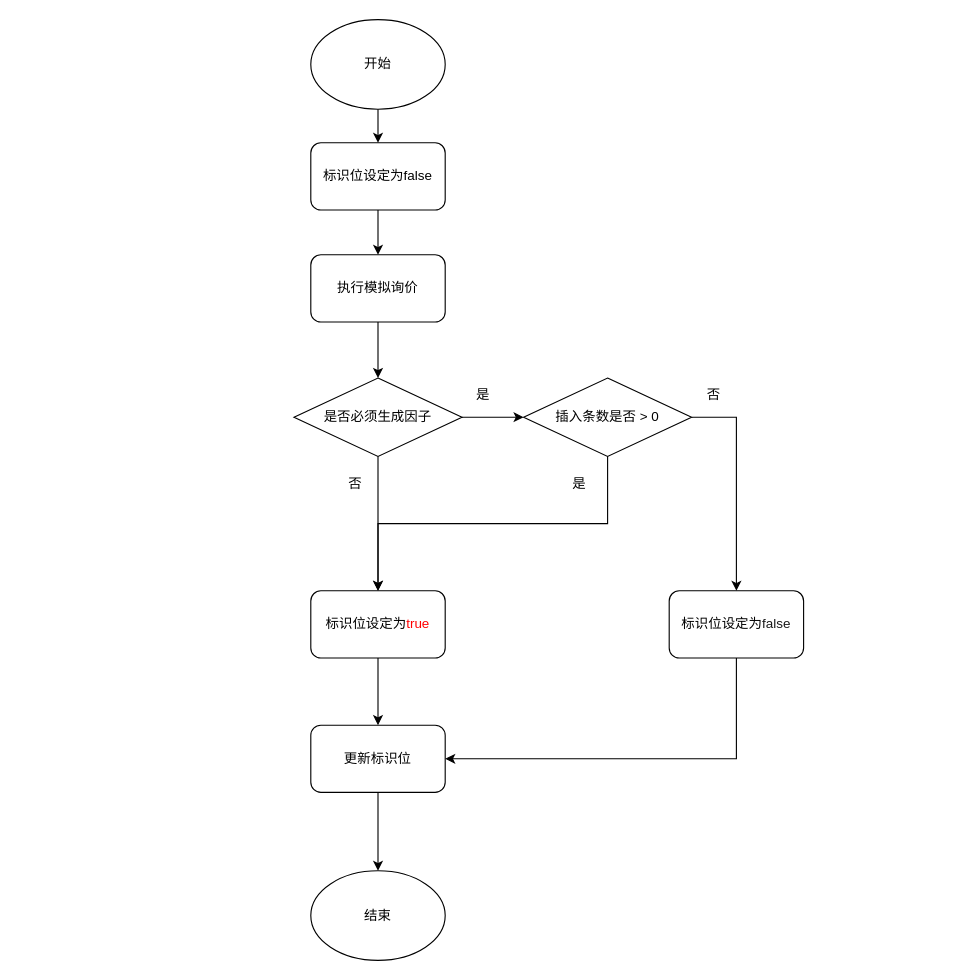
Earlier version of the draw.io diagram 组网标识位设定流程.drawio (heyrry/hello). Source tidied: cells renumbered, new cells numbered last; positions are measured from the earlier drawing's top-left corner, leaving out a move shared by most shapes. Both pictures are drawn from the tidied source at 112%, with x=0, y=0 at pixel (293, 19).
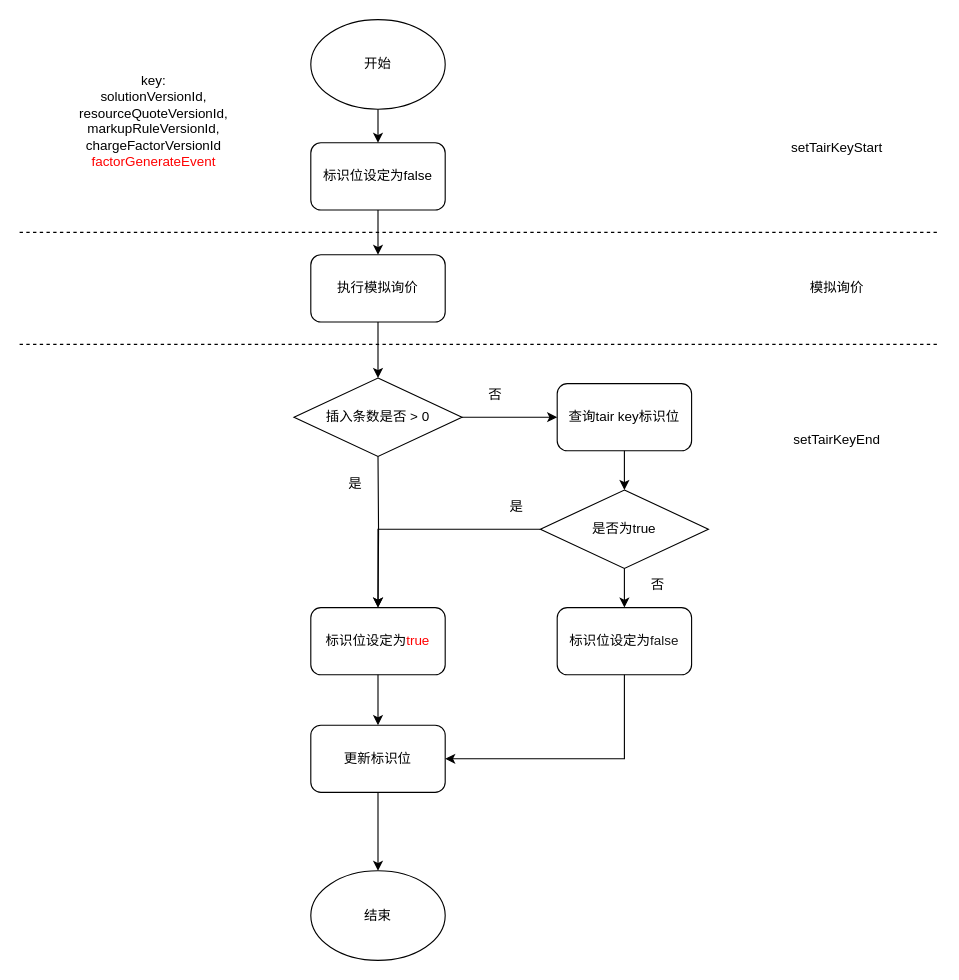
After the change.

Commit message:
更新组网标识位设定流程.drawio

The change refers to these unchanged cells:
```xml
<mxCell id="21" value="执行模拟询价" style="rounded=1;whiteSpace=wrap;html=1;fillColor=none;" parent="1" vertex="1">
  <mxGeometry x="15" y="210" width="120" height="60" as="geometry" />
</mxCell>
```

The edit, as a diff of the source:
```diff
@@
-    <mxCell id="3" style="edgeStyle=orthogonalEdgeStyle;rounded=0;jettySize=auto;html=1;entryX=0.5;entryY=0;entryDx=0;entryDy=0;" parent="1" edge="1" source="5" target="7">
-      <mxGeometry relative="1" as="geometry" />
+    <mxCell id="3" style="edgeStyle=orthogonalEdgeStyle;rounded=0;jettySize=auto;html=1;entryX=0.5;entryY=0;entryDx=0;entryDy=0;" parent="1" edge="1" target="7">
+      <mxGeometry relative="1" as="geometry">
+        <mxPoint x="75" y="390" as="sourcePoint" />
+      </mxGeometry>
     </mxCell>
-    <mxCell id="4" style="edgeStyle=orthogonalEdgeStyle;rounded=0;jettySize=auto;html=1;exitX=1;exitY=0.5;exitDx=0;exitDy=0;entryX=0;entryY=0.5;entryDx=0;entryDy=0;" parent="1" edge="1" source="5" target="15">
-      <mxGeometry relative="1" as="geometry" />
-    </mxCell>
-    <mxCell id="5" value="是否必须生成因子" style="rhombus;whiteSpace=wrap;html=1;fillColor=none;" parent="1" vertex="1">
-      <mxGeometry y="320" width="150" height="70" as="geometry" />
-    </mxCell>
@@
     <mxCell id="7" value="标识位设定为&lt;font color=&quot;#ff0000&quot;&gt;true&lt;/font&gt;" style="rounded=1;whiteSpace=wrap;html=1;fillColor=none;" parent="1" vertex="1">
-      <mxGeometry x="15" y="510" width="120" height="60" as="geometry" />
+      <mxGeometry x="15" y="525" width="120" height="60" as="geometry" />
     </mxCell>
@@
     <mxCell id="9" value="标识位设定为&lt;font color=&quot;#1a1a1a&quot;&gt;false&lt;/font&gt;" style="rounded=1;whiteSpace=wrap;html=1;fillColor=none;" parent="1" vertex="1">
-      <mxGeometry x="335" y="510" width="120" height="60" as="geometry" />
+      <mxGeometry x="235" y="525" width="120" height="60" as="geometry" />
     </mxCell>
@@
-    <mxCell id="13" style="edgeStyle=orthogonalEdgeStyle;rounded=0;jettySize=auto;html=1;exitX=0.5;exitY=1;exitDx=0;exitDy=0;entryX=0.5;entryY=0;entryDx=0;entryDy=0;" parent="1" edge="1" source="15" target="7">
-      <mxGeometry relative="1" as="geometry" />
-    </mxCell>
-    <mxCell id="14" style="edgeStyle=orthogonalEdgeStyle;rounded=0;jettySize=auto;html=1;exitX=1;exitY=0.5;exitDx=0;exitDy=0;" parent="1" edge="1" source="15" target="9">
-      <mxGeometry relative="1" as="geometry" />
-    </mxCell>
+    <mxCell id="25" style="edgeStyle=orthogonalEdgeStyle;rounded=0;jettySize=auto;html=1;exitX=1;exitY=0.5;exitDx=0;exitDy=0;" parent="1" edge="1" source="15" target="32">
+      <mxGeometry relative="1" as="geometry" />
+    </mxCell>
     <mxCell id="15" value="插入条数是否 &amp;gt; 0" style="rhombus;whiteSpace=wrap;html=1;fillColor=none;" parent="1" vertex="1">
-      <mxGeometry x="205" y="320" width="150" height="70" as="geometry" />
+      <mxGeometry y="320" width="150" height="70" as="geometry" />
     </mxCell>
     <mxCell id="16" value="否" style="text;html=1;align=center;verticalAlign=middle;whiteSpace=wrap;rounded=0;" parent="1" vertex="1">
-      <mxGeometry x="25" y="400" width="60" height="30" as="geometry" />
+      <mxGeometry x="150" y="320" width="60" height="30" as="geometry" />
     </mxCell>
-    <mxCell id="17" value="是" style="text;html=1;align=center;verticalAlign=middle;whiteSpace=wrap;rounded=0;" parent="1" vertex="1">
-      <mxGeometry x="139" y="320" width="60" height="30" as="geometry" />
-    </mxCell>
     <mxCell id="18" value="是" style="text;html=1;align=center;verticalAlign=middle;whiteSpace=wrap;rounded=0;" parent="1" vertex="1">
-      <mxGeometry x="225" y="400" width="60" height="30" as="geometry" />
+      <mxGeometry x="25" y="400" width="60" height="30" as="geometry" />
     </mxCell>
-    <mxCell id="19" value="否" style="text;html=1;align=center;verticalAlign=middle;whiteSpace=wrap;rounded=0;" parent="1" vertex="1">
-      <mxGeometry x="345" y="320" width="60" height="30" as="geometry" />
-    </mxCell>
-    <mxCell id="20" style="edgeStyle=orthogonalEdgeStyle;rounded=0;jettySize=auto;html=1;exitX=0.5;exitY=1;exitDx=0;exitDy=0;entryX=0.5;entryY=0;entryDx=0;entryDy=0;" parent="1" edge="1" source="21" target="5">
-      <mxGeometry relative="1" as="geometry" />
+    <mxCell id="20" style="edgeStyle=orthogonalEdgeStyle;rounded=0;jettySize=auto;html=1;exitX=0.5;exitY=1;exitDx=0;exitDy=0;entryX=0.5;entryY=0;entryDx=0;entryDy=0;" parent="1" edge="1" source="21">
+      <mxGeometry relative="1" as="geometry">
+        <mxPoint x="75" y="320" as="targetPoint" />
+      </mxGeometry>
     </mxCell>
@@
+    <mxCell id="26" style="endArrow=none;dashed=1;html=1;rounded=0;" parent="1" edge="1">
+      <mxGeometry relative="1" as="geometry">
+        <mxPoint x="-245" y="190" as="sourcePoint" />
+        <mxPoint x="575" y="190" as="targetPoint" />
+      </mxGeometry>
+    </mxCell>
+    <mxCell id="27" style="endArrow=none;dashed=1;html=1;rounded=0;" parent="1" edge="1">
+      <mxGeometry relative="1" as="geometry">
+        <mxPoint x="-245" y="290" as="sourcePoint" />
+        <mxPoint x="575" y="290" as="targetPoint" />
+      </mxGeometry>
+    </mxCell>
+    <mxCell id="28" value="setTairKeyStart" style="text;html=1;align=center;verticalAlign=middle;whiteSpace=wrap;rounded=0;" parent="1" vertex="1">
+      <mxGeometry x="425" y="100" width="120" height="30" as="geometry" />
+    </mxCell>
+    <mxCell id="29" value="setTairKeyEnd" style="text;html=1;align=center;verticalAlign=middle;whiteSpace=wrap;rounded=0;" parent="1" vertex="1">
+      <mxGeometry x="425" y="360" width="120" height="30" as="geometry" />
+    </mxCell>
+    <mxCell id="30" value="模拟询价" style="text;html=1;align=center;verticalAlign=middle;whiteSpace=wrap;rounded=0;" parent="1" vertex="1">
+      <mxGeometry x="425" y="225" width="120" height="30" as="geometry" />
+    </mxCell>
+    <mxCell id="31" style="edgeStyle=orthogonalEdgeStyle;rounded=0;jettySize=auto;html=1;exitX=0.5;exitY=1;exitDx=0;exitDy=0;entryX=0.5;entryY=0;entryDx=0;entryDy=0;" parent="1" edge="1" source="32" target="35">
+      <mxGeometry relative="1" as="geometry" />
+    </mxCell>
+    <mxCell id="32" value="查询tair key标识位" style="rounded=1;whiteSpace=wrap;html=1;fillColor=none;" parent="1" vertex="1">
+      <mxGeometry x="235" y="325" width="120" height="60" as="geometry" />
+    </mxCell>
+    <mxCell id="33" style="edgeStyle=orthogonalEdgeStyle;rounded=0;jettySize=auto;html=1;exitX=0.5;exitY=1;exitDx=0;exitDy=0;entryX=0.5;entryY=0;entryDx=0;entryDy=0;" parent="1" edge="1" source="35" target="9">
+      <mxGeometry relative="1" as="geometry" />
+    </mxCell>
+    <mxCell id="34" style="edgeStyle=orthogonalEdgeStyle;rounded=0;jettySize=auto;html=1;exitX=0;exitY=0.5;exitDx=0;exitDy=0;" parent="1" edge="1" source="35" target="7">
+      <mxGeometry relative="1" as="geometry" />
+    </mxCell>
+    <mxCell id="35" value="是否为true" style="rhombus;whiteSpace=wrap;html=1;fillColor=none;" parent="1" vertex="1">
+      <mxGeometry x="220" y="420" width="150" height="70" as="geometry" />
+    </mxCell>
+    <mxCell id="17" value="是" style="text;html=1;align=center;verticalAlign=middle;whiteSpace=wrap;rounded=0;" parent="1" vertex="1">
+      <mxGeometry x="169" y="420" width="60" height="30" as="geometry" />
+    </mxCell>
+    <mxCell id="19" value="否" style="text;html=1;align=center;verticalAlign=middle;whiteSpace=wrap;rounded=0;" parent="1" vertex="1">
+      <mxGeometry x="295" y="490" width="60" height="30" as="geometry" />
+    </mxCell>
+    <mxCell id="36" value="key:&lt;div&gt;&lt;span style=&quot;background-color: initial;&quot;&gt;solutionVersionId, resourceQuoteVersionId, markupRuleVersionId, chargeFactorVersionId&lt;/span&gt;&lt;/div&gt;&lt;div&gt;&lt;font color=&quot;#ff0000&quot;&gt;factorGenerateEvent&lt;/font&gt;&lt;br&gt;&lt;/div&gt;&lt;div&gt;&lt;br&gt;&lt;div&gt;&lt;span style=&quot;background-color: initial;&quot;&gt;&lt;br&gt;&lt;/span&gt;&lt;/div&gt;&lt;/div&gt;" style="text;html=1;align=center;verticalAlign=middle;whiteSpace=wrap;rounded=0;" parent="1" vertex="1">
+      <mxGeometry x="-215" y="50" width="180" height="110" as="geometry" />
+    </mxCell>
```
